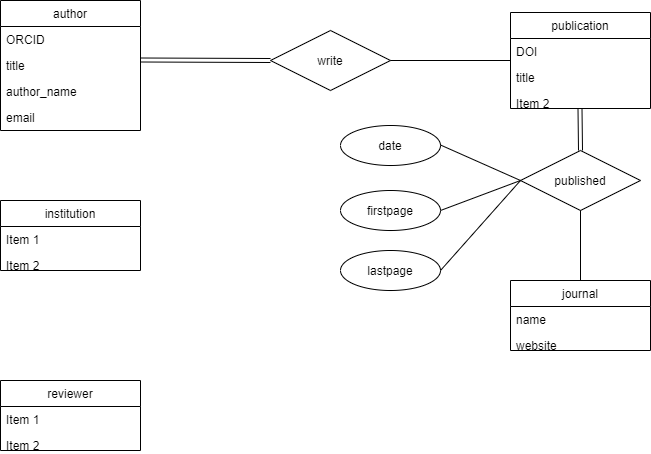
impulseoy/learnGit keeps this draw.io diagram as Untitled Diagram.png. Above is the earlier version. Source tidied: cells renumbered, new cells last; positions are measured from the earlier drawing's top-left corner, leaving out a move shared by most shapes.
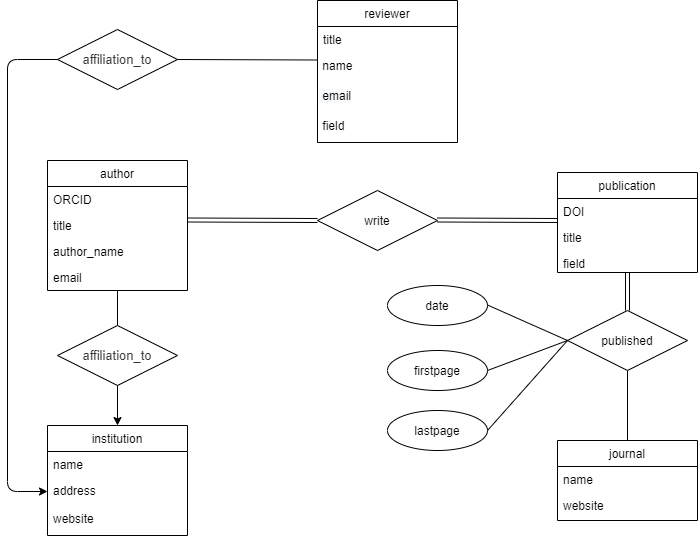
Later version of the same file.

Diff of the diagram source:
```diff
@@ -3,7 +3,7 @@
     <mxCell id="0" />
     <mxCell id="1" parent="0" />
     <mxCell id="2" value="publication" style="swimlane;fontStyle=0;horizontal=1;startSize=26;fillColor=none;" parent="1" vertex="1">
-      <mxGeometry x="510" y="12" width="140" height="96" as="geometry" />
+      <mxGeometry x="510" y="12" width="140" height="100" as="geometry" />
     </mxCell>
     <mxCell id="3" value="DOI" style="text;strokeColor=none;fillColor=none;align=left;verticalAlign=top;spacingLeft=4;spacingRight=4;overflow=hidden;" parent="2" vertex="1">
       <mxGeometry y="26" width="140" height="26" as="geometry" />
@@ -11,8 +11,8 @@
     <mxCell id="4" value="title" style="text;strokeColor=none;fillColor=none;align=left;verticalAlign=top;spacingLeft=4;spacingRight=4;overflow=hidden;" parent="2" vertex="1">
       <mxGeometry y="52" width="140" height="26" as="geometry" />
     </mxCell>
-    <mxCell id="5" value="Item 2" style="text;strokeColor=none;fillColor=none;align=left;verticalAlign=top;spacingLeft=4;spacingRight=4;overflow=hidden;points=[[0,0.5],[1,0.5]];portConstraint=eastwest;" parent="2" vertex="1">
-      <mxGeometry y="78" width="140" height="18" as="geometry" />
+    <mxCell id="5" value="field" style="text;strokeColor=none;fillColor=none;align=left;verticalAlign=top;spacingLeft=4;spacingRight=4;overflow=hidden;points=[[0,0.5],[1,0.5]];portConstraint=eastwest;" parent="2" vertex="1">
+      <mxGeometry y="78" width="140" height="22" as="geometry" />
     </mxCell>
     <mxCell id="6" value="author" style="swimlane;fontStyle=0;horizontal=1;startSize=26;fillColor=none;" parent="1" vertex="1">
       <mxGeometry width="140" height="130" as="geometry" />
@@ -29,6 +29,11 @@
     <mxCell id="10" value="email" style="text;strokeColor=none;fillColor=none;align=left;verticalAlign=top;spacingLeft=4;spacingRight=4;overflow=hidden;" parent="6" vertex="1">
       <mxGeometry y="104" width="140" height="26" as="geometry" />
     </mxCell>
+    <mxCell id="32" style="endArrow=none;html=1;rounded=0;" parent="6" edge="1" target="37">
+      <mxGeometry relative="1" as="geometry">
+        <mxPoint x="70" y="130" as="sourcePoint" />
+      </mxGeometry>
+    </mxCell>
     <mxCell id="11" value="write" style="shape=rhombus;perimeter=rhombusPerimeter;whiteSpace=wrap;html=1;align=center;" parent="1" vertex="1">
       <mxGeometry x="270" y="30" width="120" height="60" as="geometry" />
     </mxCell>
@@ -39,45 +44,47 @@
       </mxGeometry>
     </mxCell>
     <mxCell id="13" value="journal" style="swimlane;fontStyle=0;horizontal=1;startSize=26;fillColor=none;" parent="1" vertex="1">
-      <mxGeometry x="510" y="280" width="140" height="70" as="geometry" />
+      <mxGeometry x="510" y="280" width="140" height="80" as="geometry" />
     </mxCell>
     <mxCell id="14" value="name" style="text;strokeColor=none;fillColor=none;align=left;verticalAlign=top;spacingLeft=4;spacingRight=4;overflow=hidden;" parent="13" vertex="1">
       <mxGeometry y="26" width="140" height="26" as="geometry" />
     </mxCell>
     <mxCell id="15" value="website" style="text;strokeColor=none;fillColor=none;align=left;verticalAlign=top;spacingLeft=4;spacingRight=4;overflow=hidden;" parent="13" vertex="1">
-      <mxGeometry y="52" width="140" height="18" as="geometry" />
+      <mxGeometry y="52" width="140" height="28" as="geometry" />
     </mxCell>
     <mxCell id="16" value="institution" style="swimlane;fontStyle=0;horizontal=1;startSize=26;fillColor=none;" parent="1" vertex="1">
-      <mxGeometry y="200" width="140" height="70" as="geometry" />
+      <mxGeometry y="265" width="140" height="110" as="geometry" />
     </mxCell>
-    <mxCell id="17" value="Item 1" style="text;strokeColor=none;fillColor=none;align=left;verticalAlign=top;spacingLeft=4;spacingRight=4;overflow=hidden;" parent="16" vertex="1">
+    <mxCell id="17" value="name" style="text;strokeColor=none;fillColor=none;align=left;verticalAlign=top;spacingLeft=4;spacingRight=4;overflow=hidden;" parent="16" vertex="1">
       <mxGeometry y="26" width="140" height="26" as="geometry" />
     </mxCell>
-    <mxCell id="18" value="Item 2" style="text;strokeColor=none;fillColor=none;align=left;verticalAlign=top;spacingLeft=4;spacingRight=4;overflow=hidden;points=[[0,0.5],[1,0.5]];portConstraint=eastwest;" parent="16" vertex="1">
-      <mxGeometry y="52" width="140" height="18" as="geometry" />
+    <mxCell id="18" value="address" style="text;strokeColor=none;fillColor=none;align=left;verticalAlign=top;spacingLeft=4;spacingRight=4;overflow=hidden;points=[[0,0.5],[1,0.5]];portConstraint=eastwest;" parent="16" vertex="1">
+      <mxGeometry y="52" width="140" height="28" as="geometry" />
     </mxCell>
+    <mxCell id="33" value="website" style="text;strokeColor=none;fillColor=none;align=left;verticalAlign=top;spacingLeft=4;spacingRight=4;overflow=hidden;" parent="16" vertex="1">
+      <mxGeometry y="80" width="140" height="30" as="geometry" />
+    </mxCell>
     <mxCell id="19" value="reviewer" style="swimlane;fontStyle=0;horizontal=1;startSize=26;fillColor=none;" parent="1" vertex="1">
-      <mxGeometry y="380" width="140" height="70" as="geometry" />
+      <mxGeometry x="270" y="-160" width="140" height="142" as="geometry" />
     </mxCell>
-    <mxCell id="20" value="Item 1" style="text;strokeColor=none;fillColor=none;align=left;verticalAlign=top;spacingLeft=4;spacingRight=4;overflow=hidden;" parent="19" vertex="1">
+    <mxCell id="20" value="title" style="text;strokeColor=none;fillColor=none;align=left;verticalAlign=top;spacingLeft=4;spacingRight=4;overflow=hidden;" parent="19" vertex="1">
       <mxGeometry y="26" width="140" height="26" as="geometry" />
     </mxCell>
-    <mxCell id="21" value="Item 2" style="text;strokeColor=none;fillColor=none;align=left;verticalAlign=top;spacingLeft=4;spacingRight=4;overflow=hidden;" parent="19" vertex="1">
-      <mxGeometry y="52" width="140" height="18" as="geometry" />
-    </mxCell>
-    <mxCell id="22" style="endArrow=none;html=1;rounded=0;" parent="1" edge="1">
-      <mxGeometry relative="1" as="geometry">
-        <mxPoint x="390" y="60" as="sourcePoint" />
-        <mxPoint x="510" y="60" as="targetPoint" />
-      </mxGeometry>
-    </mxCell>
+    <mxCell id="34" value="&lt;font face=&quot;helvetica&quot;&gt;&amp;nbsp;name&lt;/font&gt;" style="text;whiteSpace=wrap;html=1;" parent="19" vertex="1">
+      <mxGeometry y="52" width="140" height="30" as="geometry" />
+    </mxCell>
+    <mxCell id="35" value="&lt;span style=&quot;color: rgb(0 , 0 , 0) ; font-family: &amp;#34;helvetica&amp;#34; ; font-size: 12px ; font-style: normal ; font-weight: 400 ; letter-spacing: normal ; text-align: left ; text-indent: 0px ; text-transform: none ; word-spacing: 0px ; background-color: rgb(248 , 249 , 250) ; display: inline ; float: none&quot;&gt;&amp;nbsp;email&lt;/span&gt;" style="text;whiteSpace=wrap;html=1;" parent="19" vertex="1">
+      <mxGeometry y="82" width="140" height="30" as="geometry" />
+    </mxCell>
+    <mxCell id="36" value="&lt;font face=&quot;helvetica&quot;&gt;&amp;nbsp;field&lt;/font&gt;" style="text;whiteSpace=wrap;html=1;" parent="19" vertex="1">
+      <mxGeometry y="112" width="140" height="30" as="geometry" />
+    </mxCell>
     <mxCell id="23" value="published" style="shape=rhombus;perimeter=rhombusPerimeter;whiteSpace=wrap;html=1;align=center;" parent="1" vertex="1">
       <mxGeometry x="520" y="150" width="120" height="60" as="geometry" />
     </mxCell>
-    <mxCell id="24" style="shape=link;html=1;rounded=0;" parent="1" edge="1">
+    <mxCell id="24" style="shape=link;html=1;rounded=0;" parent="1" edge="1" target="5">
       <mxGeometry relative="1" as="geometry">
         <mxPoint x="580" y="150" as="sourcePoint" />
-        <mxPoint x="579.5" y="108" as="targetPoint" />
       </mxGeometry>
     </mxCell>
     <mxCell id="25" style="endArrow=none;html=1;rounded=0;exitX=0.5;exitY=0;exitDx=0;exitDy=0;" parent="1" edge="1" source="13">
@@ -110,5 +117,31 @@
         <mxPoint x="520" y="180" as="targetPoint" />
       </mxGeometry>
     </mxCell>
+    <mxCell id="37" value="&lt;span style=&quot;color: rgb(51 , 51 , 51) ; font-family: &amp;#34;arial&amp;#34; , sans-serif ; font-size: 13px ; background-color: rgb(255 , 255 , 255)&quot;&gt;affiliation_to&lt;/span&gt;" style="shape=rhombus;perimeter=rhombusPerimeter;whiteSpace=wrap;html=1;align=center;" parent="1" vertex="1">
+      <mxGeometry x="10" y="165" width="120" height="60" as="geometry" />
+    </mxCell>
+    <mxCell id="38" style="shape=link;html=1;rounded=0;" parent="1" edge="1">
+      <mxGeometry relative="1" as="geometry">
+        <mxPoint x="390" y="59.5" as="sourcePoint" />
+        <mxPoint x="510" y="60" as="targetPoint" />
+      </mxGeometry>
+    </mxCell>
+    <mxCell id="39" style="endArrow=classic;html=1;exitX=0.5;exitY=1;exitDx=0;exitDy=0;entryX=0.5;entryY=0;entryDx=0;entryDy=0;" parent="1" edge="1" source="37" target="16">
+      <mxGeometry relative="1" as="geometry" />
+    </mxCell>
+    <mxCell id="40" value="&lt;span style=&quot;color: rgb(51 , 51 , 51) ; font-family: &amp;#34;arial&amp;#34; , sans-serif ; font-size: 13px ; background-color: rgb(255 , 255 , 255)&quot;&gt;affiliation_to&lt;/span&gt;" style="shape=rhombus;perimeter=rhombusPerimeter;whiteSpace=wrap;html=1;align=center;" parent="1" vertex="1">
+      <mxGeometry x="10" y="-131" width="120" height="60" as="geometry" />
+    </mxCell>
+    <mxCell id="41" style="endArrow=none;html=1;rounded=0;exitX=1;exitY=0.5;exitDx=0;exitDy=0;entryX=0;entryY=0.25;entryDx=0;entryDy=0;" parent="1" edge="1" source="40" target="34">
+      <mxGeometry relative="1" as="geometry" />
+    </mxCell>
+    <mxCell id="42" style="endArrow=classic;html=1;exitX=0;exitY=0.5;exitDx=0;exitDy=0;entryX=0;entryY=0.5;entryDx=0;entryDy=0;" parent="1" edge="1" source="40" target="18">
+      <mxGeometry relative="1" as="geometry">
+        <Array as="points">
+          <mxPoint x="-40" y="-101" />
+          <mxPoint x="-40" y="331" />
+        </Array>
+      </mxGeometry>
+    </mxCell>
   </root>
 </mxGraphModel>
```
